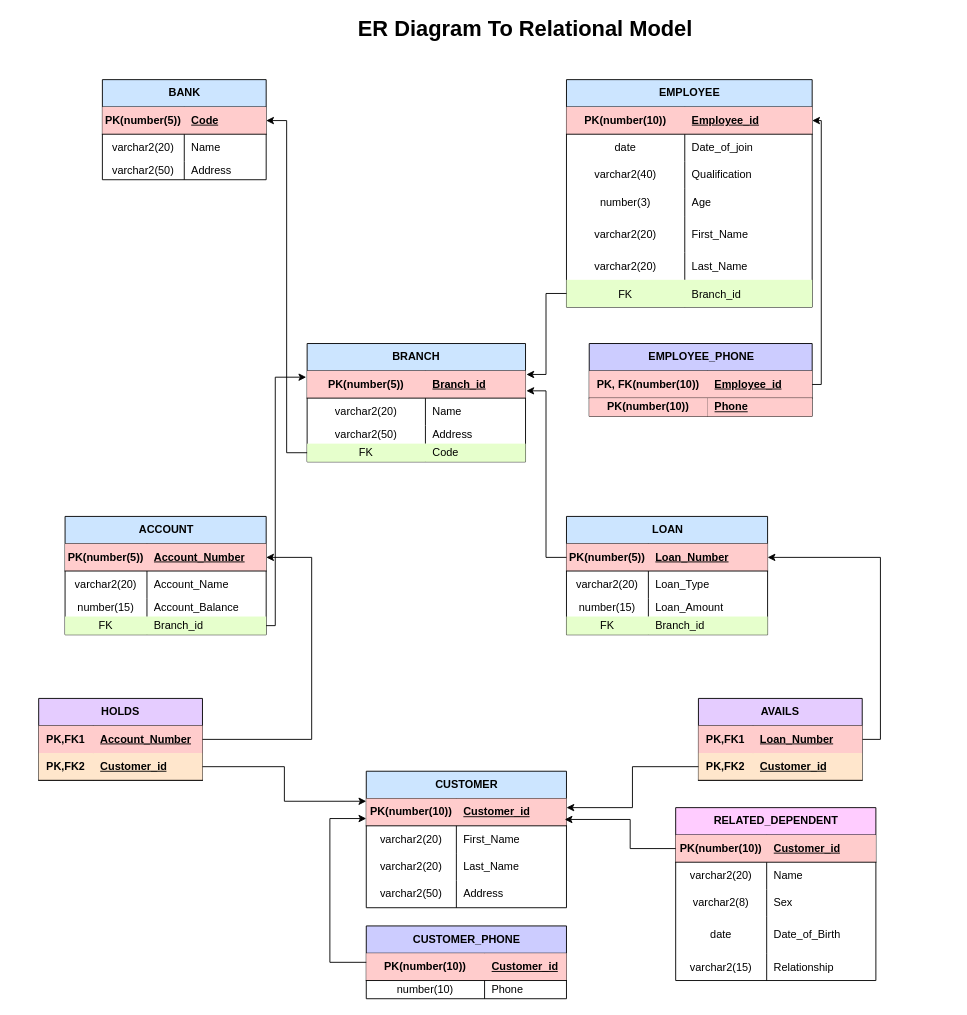
This is page "Page-2" (2 of 2) of Relational_model_from_ER_Diagram.drawio from Anurag404OpenSourceRules/Bank-Management-System-ERD, a draw.io file, before an edit. Source tidied: cells renumbered, new cells numbered last; positions are measured from the earlier drawing's top-left corner, leaving out a move shared by most shapes. Both pictures are drawn from the tidied source at 91%, with x=0, y=0 at pixel (38, 15).
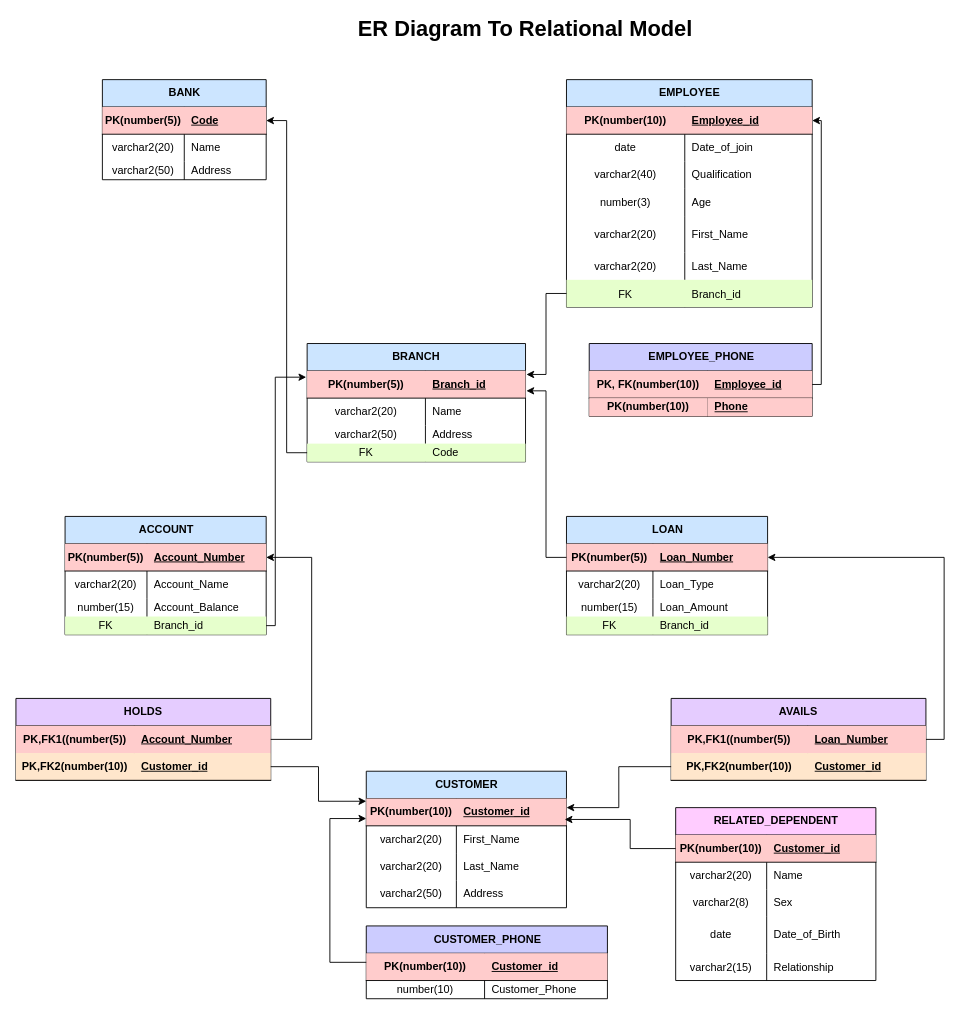
After the change.

The change refers to these unchanged cells:
```xml
<mxCell id="69" style="shape=tableRow;horizontal=0;startSize=0;swimlaneHead=0;swimlaneBody=0;fillColor=#FFCCCC;points=[[0,0.5],[1,0.5]];portConstraint=eastwest;top=0;left=0;right=0;bottom=1;" parent="68" vertex="1">
  <mxGeometry y="30" width="221" height="30" as="geometry" />
</mxCell>
<mxCell id="72" style="shape=tableRow;horizontal=0;startSize=0;swimlaneHead=0;swimlaneBody=0;fillColor=none;top=0;left=0;right=0;bottom=0;" parent="68" vertex="1">
  <mxGeometry y="60" width="221" height="30" as="geometry" />
</mxCell>
<mxCell id="75" style="shape=tableRow;horizontal=0;startSize=0;swimlaneHead=0;swimlaneBody=0;fillColor=none;top=0;left=0;right=0;bottom=0;" parent="68" vertex="1">
  <mxGeometry y="90" width="221" height="20" as="geometry" />
</mxCell>
<mxCell id="78" style="shape=tableRow;horizontal=0;startSize=0;swimlaneHead=0;swimlaneBody=0;fillColor=#E6FFCC;top=0;left=0;right=0;bottom=0;" parent="68" vertex="1">
  <mxGeometry y="110" width="221" height="20" as="geometry" />
</mxCell>
```

What changed in the source:
```diff
@@
     <mxCell id="70" value="PK(number(5))" style="shape=partialRectangle;fillColor=none;top=0;left=0;bottom=0;right=0;fontStyle=1;overflow=hidden;whiteSpace=wrap;html=1;" parent="69" vertex="1">
-      <mxGeometry width="90" height="30" as="geometry" />
+      <mxGeometry width="95" height="30" as="geometry" />
     </mxCell>
     <mxCell id="71" value="Loan_Number" style="shape=partialRectangle;fillColor=none;top=0;left=0;bottom=0;right=0;align=left;spacingLeft=6;fontStyle=5;overflow=hidden;whiteSpace=wrap;html=1;" parent="69" vertex="1">
-      <mxGeometry x="90" width="131" height="30" as="geometry" />
+      <mxGeometry x="95" width="126" height="30" as="geometry" />
     </mxCell>
@@
     <mxCell id="73" value="varchar2(20)" style="shape=partialRectangle;fillColor=none;top=0;left=0;bottom=0;right=0;overflow=hidden;whiteSpace=wrap;html=1;" parent="72" vertex="1">
-      <mxGeometry width="90" height="30" as="geometry" />
+      <mxGeometry width="95" height="30" as="geometry" />
     </mxCell>
     <mxCell id="74" value="Loan_Type" style="shape=partialRectangle;fillColor=none;top=0;left=0;bottom=0;right=0;align=left;spacingLeft=6;overflow=hidden;whiteSpace=wrap;html=1;" parent="72" vertex="1">
-      <mxGeometry x="90" width="131" height="30" as="geometry" />
+      <mxGeometry x="95" width="126" height="30" as="geometry" />
     </mxCell>
@@
     <mxCell id="76" value="number(15)" style="shape=partialRectangle;fillColor=none;top=0;left=0;bottom=0;right=0;overflow=hidden;whiteSpace=wrap;html=1;" parent="75" vertex="1">
-      <mxGeometry width="90" height="20" as="geometry" />
+      <mxGeometry width="95" height="20" as="geometry" />
     </mxCell>
     <mxCell id="77" value="Loan_Amount" style="shape=partialRectangle;fillColor=none;top=0;left=0;bottom=0;right=0;align=left;spacingLeft=6;overflow=hidden;whiteSpace=wrap;html=1;" parent="75" vertex="1">
-      <mxGeometry x="90" width="131" height="20" as="geometry" />
+      <mxGeometry x="95" width="126" height="20" as="geometry" />
     </mxCell>
@@
     <mxCell id="79" value="FK" style="shape=partialRectangle;fillColor=none;top=0;left=0;bottom=0;right=0;overflow=hidden;whiteSpace=wrap;html=1;" parent="78" vertex="1">
-      <mxGeometry width="90" height="20" as="geometry" />
+      <mxGeometry width="95" height="20" as="geometry" />
     </mxCell>
     <mxCell id="80" value="Branch_id" style="shape=partialRectangle;fillColor=none;top=0;left=0;bottom=0;right=0;align=left;spacingLeft=6;overflow=hidden;whiteSpace=wrap;html=1;" parent="78" vertex="1">
-      <mxGeometry x="90" width="131" height="20" as="geometry" />
+      <mxGeometry x="95" width="126" height="20" as="geometry" />
     </mxCell>
@@
     <mxCell id="110" value="HOLDS" style="shape=table;startSize=30;childLayout=tableLayout;rowLines=0;fontStyle=1;align=center;html=1;whiteSpace=wrap;fillColor=#E5CCFF;" parent="1" vertex="1">
-      <mxGeometry y="750" width="180" height="90" as="geometry" />
+      <mxGeometry x="-25" y="750" width="280" height="90" as="geometry" />
     </mxCell>
     <mxCell id="111" style="shape=tableRow;horizontal=0;startSize=0;swimlaneHead=0;swimlaneBody=0;fillColor=#FFCCCC;points=[[0,0.5],[1,0.5]];portConstraint=eastwest;top=0;left=0;right=0;bottom=0;html=1;" parent="110" vertex="1">
-      <mxGeometry y="30" width="180" height="30" as="geometry" />
+      <mxGeometry y="30" width="280" height="30" as="geometry" />
     </mxCell>
-    <mxCell id="112" value="PK,FK1" style="shape=partialRectangle;fillColor=none;top=0;left=0;bottom=0;right=0;fontStyle=1;overflow=hidden;html=1;whiteSpace=wrap;" parent="111" vertex="1">
-      <mxGeometry width="60" height="30" as="geometry" />
+    <mxCell id="112" value="PK,FK1((number(5))" style="shape=partialRectangle;fillColor=none;top=0;left=0;bottom=0;right=0;fontStyle=1;overflow=hidden;html=1;whiteSpace=wrap;" parent="111" vertex="1">
+      <mxGeometry width="130" height="30" as="geometry" />
     </mxCell>
     <mxCell id="113" value="Account_Number" style="shape=partialRectangle;fillColor=none;top=0;left=0;bottom=0;right=0;align=left;spacingLeft=6;fontStyle=5;overflow=hidden;html=1;whiteSpace=wrap;" parent="111" vertex="1">
-      <mxGeometry x="60" width="120" height="30" as="geometry" />
+      <mxGeometry x="130" width="150" height="30" as="geometry" />
     </mxCell>
     <mxCell id="114" style="shape=tableRow;horizontal=0;startSize=0;swimlaneHead=0;swimlaneBody=0;fillColor=#FFE6CC;points=[[0,0.5],[1,0.5]];portConstraint=eastwest;top=0;left=0;right=0;bottom=1;html=1;" parent="110" vertex="1">
-      <mxGeometry y="60" width="180" height="30" as="geometry" />
+      <mxGeometry y="60" width="280" height="30" as="geometry" />
     </mxCell>
-    <mxCell id="115" value="PK,FK2" style="shape=partialRectangle;fillColor=none;top=0;left=0;bottom=0;right=0;fontStyle=1;overflow=hidden;html=1;whiteSpace=wrap;" parent="114" vertex="1">
-      <mxGeometry width="60" height="30" as="geometry" />
+    <mxCell id="115" value="PK,FK2(number(10))" style="shape=partialRectangle;fillColor=none;top=0;left=0;bottom=0;right=0;fontStyle=1;overflow=hidden;html=1;whiteSpace=wrap;" parent="114" vertex="1">
+      <mxGeometry width="130" height="30" as="geometry" />
     </mxCell>
     <mxCell id="116" value="Customer_id" style="shape=partialRectangle;fillColor=none;top=0;left=0;bottom=0;right=0;align=left;spacingLeft=6;fontStyle=5;overflow=hidden;html=1;whiteSpace=wrap;" parent="114" vertex="1">
-      <mxGeometry x="60" width="120" height="30" as="geometry" />
+      <mxGeometry x="130" width="150" height="30" as="geometry" />
     </mxCell>
@@
     <mxCell id="118" value="AVAILS" style="shape=table;startSize=30;childLayout=tableLayout;rowLines=0;fontStyle=1;align=center;html=1;whiteSpace=wrap;fillColor=#E5CCFF;" parent="1" vertex="1">
-      <mxGeometry x="725" y="750" width="180" height="90" as="geometry" />
+      <mxGeometry x="695" y="750" width="280" height="90" as="geometry" />
     </mxCell>
     <mxCell id="119" style="shape=tableRow;horizontal=0;startSize=0;swimlaneHead=0;swimlaneBody=0;fillColor=#FFCCCC;points=[[0,0.5],[1,0.5]];portConstraint=eastwest;top=0;left=0;right=0;bottom=0;html=1;" parent="118" vertex="1">
-      <mxGeometry y="30" width="180" height="30" as="geometry" />
+      <mxGeometry y="30" width="280" height="30" as="geometry" />
     </mxCell>
-    <mxCell id="120" value="PK,FK1" style="shape=partialRectangle;fillColor=none;top=0;left=0;bottom=0;right=0;fontStyle=1;overflow=hidden;html=1;whiteSpace=wrap;" parent="119" vertex="1">
-      <mxGeometry width="60" height="30" as="geometry" />
+    <mxCell id="120" value="PK,FK1((number(5))" style="shape=partialRectangle;fillColor=none;top=0;left=0;bottom=0;right=0;fontStyle=1;overflow=hidden;html=1;whiteSpace=wrap;" parent="119" vertex="1">
+      <mxGeometry width="150" height="30" as="geometry" />
     </mxCell>
     <mxCell id="121" value="Loan_Number" style="shape=partialRectangle;fillColor=none;top=0;left=0;bottom=0;right=0;align=left;spacingLeft=6;fontStyle=5;overflow=hidden;html=1;whiteSpace=wrap;" parent="119" vertex="1">
-      <mxGeometry x="60" width="120" height="30" as="geometry" />
+      <mxGeometry x="150" width="130" height="30" as="geometry" />
     </mxCell>
     <mxCell id="122" style="shape=tableRow;horizontal=0;startSize=0;swimlaneHead=0;swimlaneBody=0;fillColor=#FFE6CC;points=[[0,0.5],[1,0.5]];portConstraint=eastwest;top=0;left=0;right=0;bottom=1;html=1;" parent="118" vertex="1">
-      <mxGeometry y="60" width="180" height="30" as="geometry" />
+      <mxGeometry y="60" width="280" height="30" as="geometry" />
     </mxCell>
-    <mxCell id="123" value="PK,FK2" style="shape=partialRectangle;fillColor=none;top=0;left=0;bottom=0;right=0;fontStyle=1;overflow=hidden;html=1;whiteSpace=wrap;" parent="122" vertex="1">
-      <mxGeometry width="60" height="30" as="geometry" />
+    <mxCell id="123" value="PK,FK2(number(10))" style="shape=partialRectangle;fillColor=none;top=0;left=0;bottom=0;right=0;fontStyle=1;overflow=hidden;html=1;whiteSpace=wrap;" parent="122" vertex="1">
+      <mxGeometry width="150" height="30" as="geometry" />
     </mxCell>
     <mxCell id="124" value="Customer_id" style="shape=partialRectangle;fillColor=none;top=0;left=0;bottom=0;right=0;align=left;spacingLeft=6;fontStyle=5;overflow=hidden;html=1;whiteSpace=wrap;" parent="122" vertex="1">
-      <mxGeometry x="60" width="120" height="30" as="geometry" />
+      <mxGeometry x="150" width="130" height="30" as="geometry" />
     </mxCell>
@@
     <mxCell id="133" value="CUSTOMER_PHONE" style="shape=table;startSize=30;childLayout=tableLayout;rowLines=0;fontStyle=1;align=center;html=1;fillColor=#CCCCFF;" parent="1" vertex="1">
-      <mxGeometry x="360" y="1000" width="220" height="80" as="geometry" />
+      <mxGeometry x="360" y="1000" width="265" height="80" as="geometry" />
     </mxCell>
     <mxCell id="134" style="shape=tableRow;horizontal=0;startSize=0;swimlaneHead=0;swimlaneBody=0;fillColor=#FFCCCC;points=[[0,0.5],[1,0.5]];portConstraint=eastwest;top=0;left=0;right=0;bottom=1;" parent="133" vertex="1">
-      <mxGeometry y="30" width="220" height="30" as="geometry" />
+      <mxGeometry y="30" width="265" height="30" as="geometry" />
     </mxCell>
@@
     <mxCell id="136" value="Customer_id" style="shape=partialRectangle;fillColor=none;top=0;left=0;bottom=0;right=0;align=left;spacingLeft=6;fontStyle=5;overflow=hidden;whiteSpace=wrap;html=1;" parent="134" vertex="1">
-      <mxGeometry x="130" width="90" height="30" as="geometry" />
+      <mxGeometry x="130" width="135" height="30" as="geometry" />
     </mxCell>
     <mxCell id="137" style="shape=tableRow;horizontal=0;startSize=0;swimlaneHead=0;swimlaneBody=0;fillColor=none;top=0;left=0;right=0;bottom=0;" parent="133" vertex="1">
-      <mxGeometry y="60" width="220" height="20" as="geometry" />
+      <mxGeometry y="60" width="265" height="20" as="geometry" />
     </mxCell>
@@
-    <mxCell id="139" value="Phone" style="shape=partialRectangle;fillColor=none;top=0;left=0;bottom=0;right=0;align=left;spacingLeft=6;overflow=hidden;whiteSpace=wrap;html=1;" parent="137" vertex="1">
-      <mxGeometry x="130" width="90" height="20" as="geometry" />
+    <mxCell id="139" value="Customer_Phone" style="shape=partialRectangle;fillColor=none;top=0;left=0;bottom=0;right=0;align=left;spacingLeft=6;overflow=hidden;whiteSpace=wrap;html=1;" parent="137" vertex="1">
+      <mxGeometry x="130" width="135" height="20" as="geometry" />
     </mxCell>
```
